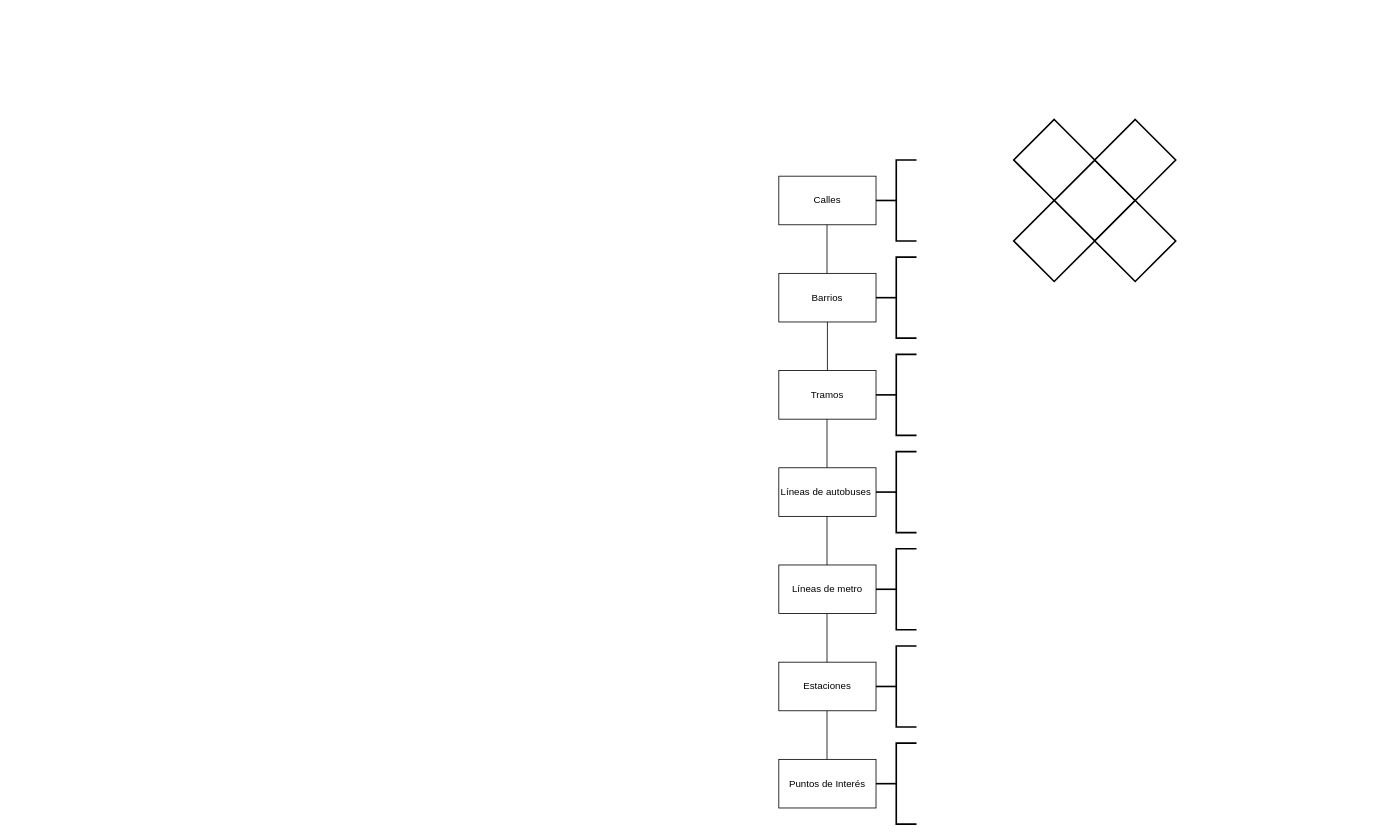
Before: Mis_archivos/Diagrama sin título.drawio in Alexx231/python, a draw.io diagram. Source tidied: cells renumbered, new cells numbered last; positions are measured from the earlier drawing's top-left corner, leaving out a move shared by most shapes. Both pictures are drawn from the tidied source at 81%, with x=0, y=0 at pixel (778, 119).
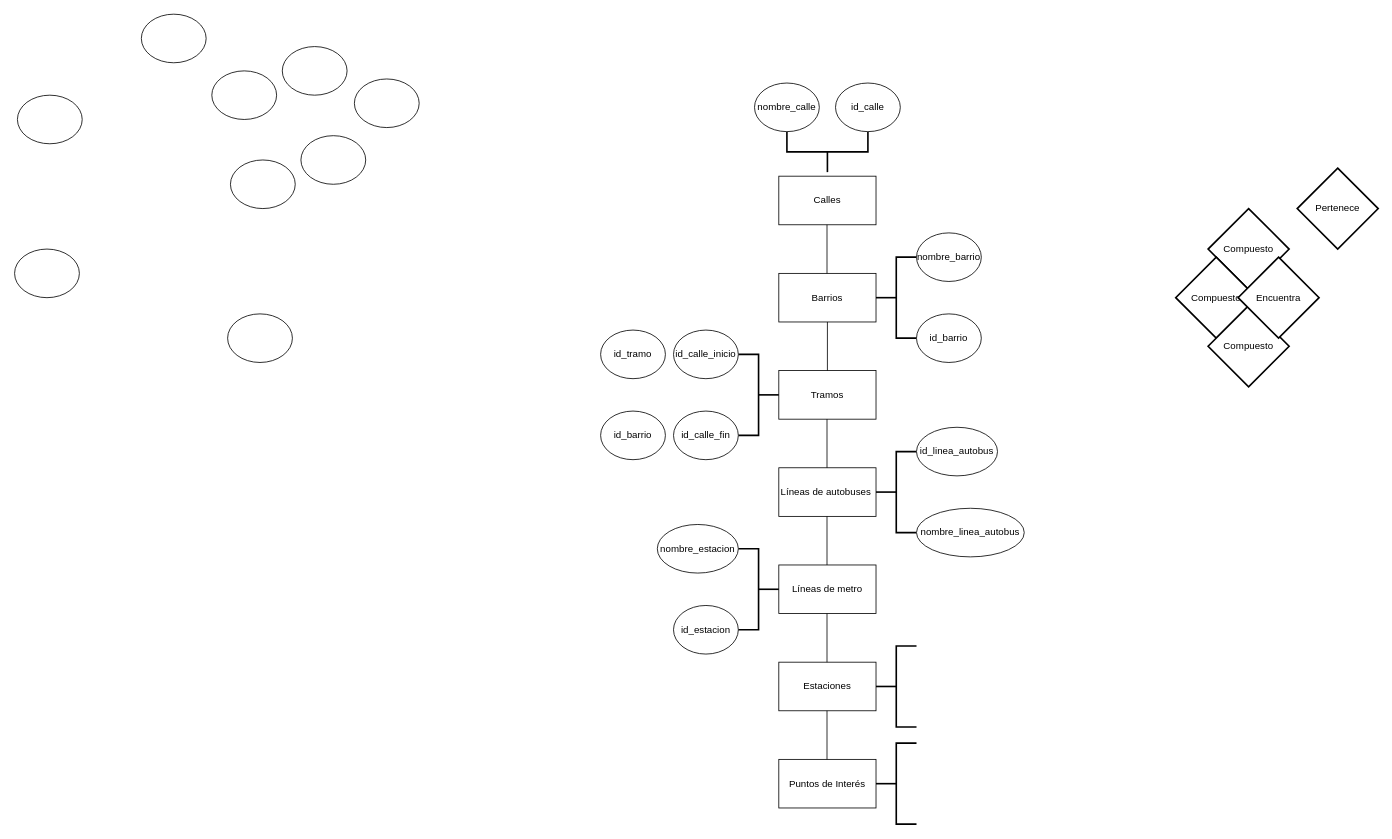
After the change.

Diff of the diagram source:
```diff
@@
-    <mxCell id="15" style="strokeWidth=2;html=1;shape=mxgraph.flowchart.annotation_2;align=left;labelPosition=right;" parent="1" vertex="1">
-      <mxGeometry x="120" y="50" width="50" height="100" as="geometry" />
+    <mxCell id="15" style="strokeWidth=2;html=1;shape=mxgraph.flowchart.annotation_2;align=left;labelPosition=right;rotation=-90;" parent="1" vertex="1">
+      <mxGeometry x="35" y="-10" width="50" height="100" as="geometry" />
     </mxCell>
-    <mxCell id="16" style="strokeWidth=2;html=1;shape=mxgraph.flowchart.annotation_2;align=left;labelPosition=right;" parent="1" vertex="1">
-      <mxGeometry x="120" y="530" width="50" height="100" as="geometry" />
+    <mxCell id="16" style="strokeWidth=2;html=1;shape=mxgraph.flowchart.annotation_2;align=left;labelPosition=right;rotation=-180;" parent="1" vertex="1">
+      <mxGeometry x="-50" y="530" width="50" height="100" as="geometry" />
     </mxCell>
@@
-    <mxCell id="18" style="strokeWidth=2;html=1;shape=mxgraph.flowchart.annotation_2;align=left;labelPosition=right;" parent="1" vertex="1">
-      <mxGeometry x="120" y="290" width="50" height="100" as="geometry" />
+    <mxCell id="18" style="strokeWidth=2;html=1;shape=mxgraph.flowchart.annotation_2;align=left;labelPosition=right;rotation=-180;" parent="1" vertex="1">
+      <mxGeometry x="-50" y="290" width="50" height="100" as="geometry" />
     </mxCell>
@@
-    <mxCell id="22" style="strokeWidth=2;html=1;shape=mxgraph.flowchart.decision;whiteSpace=wrap;" parent="1" vertex="1">
-      <mxGeometry x="340" y="50" width="100" height="100" as="geometry" />
+    <mxCell id="22" value="Compuesto" style="strokeWidth=2;html=1;shape=mxgraph.flowchart.decision;whiteSpace=wrap;" parent="1" vertex="1">
+      <mxGeometry x="530" y="110" width="100" height="100" as="geometry" />
     </mxCell>
-    <mxCell id="23" style="strokeWidth=2;html=1;shape=mxgraph.flowchart.decision;whiteSpace=wrap;" parent="1" vertex="1">
-      <mxGeometry x="290" y="100" width="100" height="100" as="geometry" />
+    <mxCell id="23" value="Compuesto" style="strokeWidth=2;html=1;shape=mxgraph.flowchart.decision;whiteSpace=wrap;" parent="1" vertex="1">
+      <mxGeometry x="490" y="170" width="100" height="100" as="geometry" />
     </mxCell>
-    <mxCell id="24" style="strokeWidth=2;html=1;shape=mxgraph.flowchart.decision;whiteSpace=wrap;" parent="1" vertex="1">
-      <mxGeometry x="390" width="100" height="100" as="geometry" />
+    <mxCell id="24" value="Compuesto" style="strokeWidth=2;html=1;shape=mxgraph.flowchart.decision;whiteSpace=wrap;" parent="1" vertex="1">
+      <mxGeometry x="530" y="230" width="100" height="100" as="geometry" />
     </mxCell>
-    <mxCell id="25" style="strokeWidth=2;html=1;shape=mxgraph.flowchart.decision;whiteSpace=wrap;" parent="1" vertex="1">
-      <mxGeometry x="290" width="100" height="100" as="geometry" />
+    <mxCell id="25" value="Pertenece" style="strokeWidth=2;html=1;shape=mxgraph.flowchart.decision;whiteSpace=wrap;" parent="1" vertex="1">
+      <mxGeometry x="640" y="60" width="100" height="100" as="geometry" />
     </mxCell>
-    <mxCell id="26" style="strokeWidth=2;html=1;shape=mxgraph.flowchart.decision;whiteSpace=wrap;" parent="1" vertex="1">
-      <mxGeometry x="390" y="100" width="100" height="100" as="geometry" />
+    <mxCell id="26" value="Encuentra" style="strokeWidth=2;html=1;shape=mxgraph.flowchart.decision;whiteSpace=wrap;" parent="1" vertex="1">
+      <mxGeometry x="567" y="170" width="100" height="100" as="geometry" />
     </mxCell>
+    <mxCell id="27" value="nombre_calle" style="ellipse;whiteSpace=wrap;html=1;" parent="1" vertex="1">
+      <mxGeometry x="-30" y="-45" width="80" height="60" as="geometry" />
+    </mxCell>
+    <mxCell id="28" value="id_calle" style="ellipse;whiteSpace=wrap;html=1;" parent="1" vertex="1">
+      <mxGeometry x="70" y="-45" width="80" height="60" as="geometry" />
+    </mxCell>
+    <mxCell id="29" value="id_calle_inicio" style="ellipse;whiteSpace=wrap;html=1;" parent="1" vertex="1">
+      <mxGeometry x="-130" y="260" width="80" height="60" as="geometry" />
+    </mxCell>
+    <mxCell id="30" style="ellipse;whiteSpace=wrap;html=1;" parent="1" vertex="1">
+      <mxGeometry x="-613" y="-90" width="80" height="60" as="geometry" />
+    </mxCell>
+    <mxCell id="31" style="ellipse;whiteSpace=wrap;html=1;" parent="1" vertex="1">
+      <mxGeometry x="-700" y="-60" width="80" height="60" as="geometry" />
+    </mxCell>
+    <mxCell id="32" value="id_linea_autobus" style="ellipse;whiteSpace=wrap;html=1;" parent="1" vertex="1">
+      <mxGeometry x="170" y="380" width="100" height="60" as="geometry" />
+    </mxCell>
+    <mxCell id="33" style="ellipse;whiteSpace=wrap;html=1;" parent="1" vertex="1">
+      <mxGeometry x="-787" y="-130" width="80" height="60" as="geometry" />
+    </mxCell>
+    <mxCell id="34" style="ellipse;whiteSpace=wrap;html=1;" parent="1" vertex="1">
+      <mxGeometry x="-524" y="-50" width="80" height="60" as="geometry" />
+    </mxCell>
+    <mxCell id="35" value="id_calle_fin" style="ellipse;whiteSpace=wrap;html=1;" parent="1" vertex="1">
+      <mxGeometry x="-130" y="360" width="80" height="60" as="geometry" />
+    </mxCell>
+    <mxCell id="36" style="ellipse;whiteSpace=wrap;html=1;" parent="1" vertex="1">
+      <mxGeometry x="-940" y="-30" width="80" height="60" as="geometry" />
+    </mxCell>
+    <mxCell id="37" style="ellipse;whiteSpace=wrap;html=1;" parent="1" vertex="1">
+      <mxGeometry x="-677" y="50" width="80" height="60" as="geometry" />
+    </mxCell>
+    <mxCell id="38" style="ellipse;whiteSpace=wrap;html=1;" parent="1" vertex="1">
+      <mxGeometry x="-590" y="20" width="80" height="60" as="geometry" />
+    </mxCell>
+    <mxCell id="39" value="nombre_linea_autobus" style="ellipse;whiteSpace=wrap;html=1;" parent="1" vertex="1">
+      <mxGeometry x="170" y="480" width="133" height="60" as="geometry" />
+    </mxCell>
+    <mxCell id="40" style="ellipse;whiteSpace=wrap;html=1;" parent="1" vertex="1">
+      <mxGeometry x="-943.5" y="160" width="80" height="60" as="geometry" />
+    </mxCell>
+    <mxCell id="41" style="ellipse;whiteSpace=wrap;html=1;" parent="1" vertex="1">
+      <mxGeometry x="-680.5" y="240" width="80" height="60" as="geometry" />
+    </mxCell>
+    <mxCell id="42" value="nombre_estacion" style="ellipse;whiteSpace=wrap;html=1;" parent="1" vertex="1">
+      <mxGeometry x="-150" y="500" width="100" height="60" as="geometry" />
+    </mxCell>
+    <mxCell id="43" value="id_estacion" style="ellipse;whiteSpace=wrap;html=1;" parent="1" vertex="1">
+      <mxGeometry x="-130" y="600" width="80" height="60" as="geometry" />
+    </mxCell>
+    <mxCell id="44" value="id_barrio" style="ellipse;whiteSpace=wrap;html=1;" parent="1" vertex="1">
+      <mxGeometry x="170" y="240" width="80" height="60" as="geometry" />
+    </mxCell>
+    <mxCell id="45" value="id_barrio" style="ellipse;whiteSpace=wrap;html=1;" parent="1" vertex="1">
+      <mxGeometry x="-220" y="360" width="80" height="60" as="geometry" />
+    </mxCell>
+    <mxCell id="46" value="id_tramo" style="ellipse;whiteSpace=wrap;html=1;" parent="1" vertex="1">
+      <mxGeometry x="-220" y="260" width="80" height="60" as="geometry" />
+    </mxCell>
+    <mxCell id="47" value="nombre_barrio" style="ellipse;whiteSpace=wrap;html=1;" parent="1" vertex="1">
+      <mxGeometry x="170" y="140" width="80" height="60" as="geometry" />
+    </mxCell>
```
